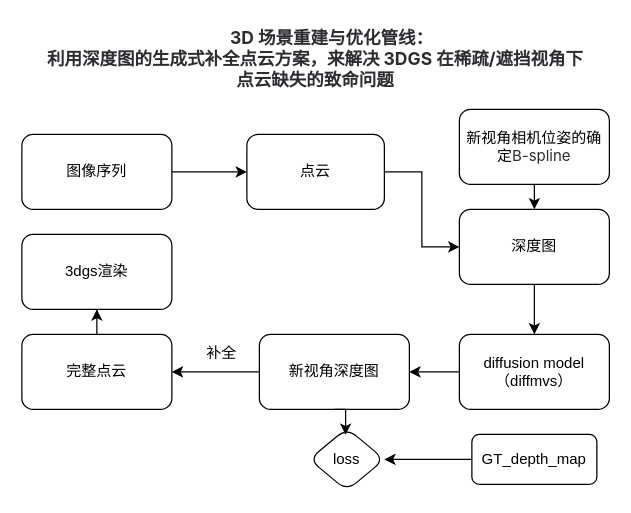
This is model_net.drawio from zzcPeace/draw.io, a draw.io file, before an edit. Source tidied: cells renumbered, new cells numbered last; positions are measured from the earlier drawing's top-left corner, leaving out a move shared by most shapes. Both pictures are drawn from the tidied source at 125%, with x=0, y=0 at pixel (21, 21).
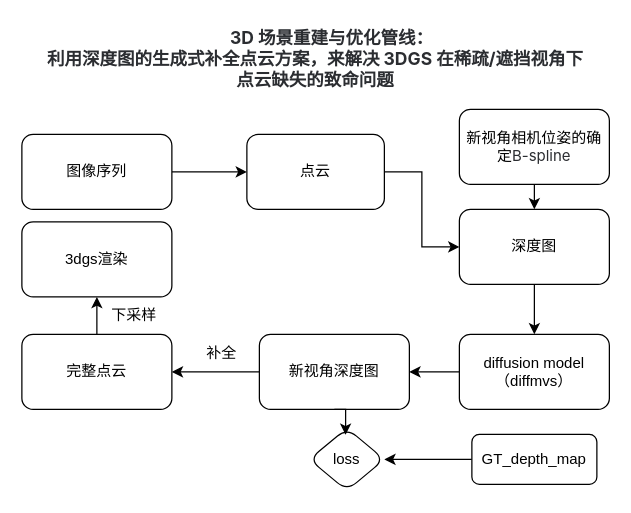
The same diagram, later.

What changed in the source:
```diff
@@
     <mxCell id="14" value="3dgs渲染" style="whiteSpace=wrap;html=1;rounded=1;" parent="1" vertex="1">
-      <mxGeometry y="170" width="120" height="60" as="geometry" />
+      <mxGeometry y="160" width="120" height="60" as="geometry" />
     </mxCell>
@@
+    <mxCell id="24" value="下采样" style="text;html=1;whiteSpace=wrap;strokeColor=none;fillColor=none;align=center;verticalAlign=middle;rounded=0;" parent="1" vertex="1">
+      <mxGeometry x="60" y="220" width="60" height="30" as="geometry" />
+    </mxCell>
```
